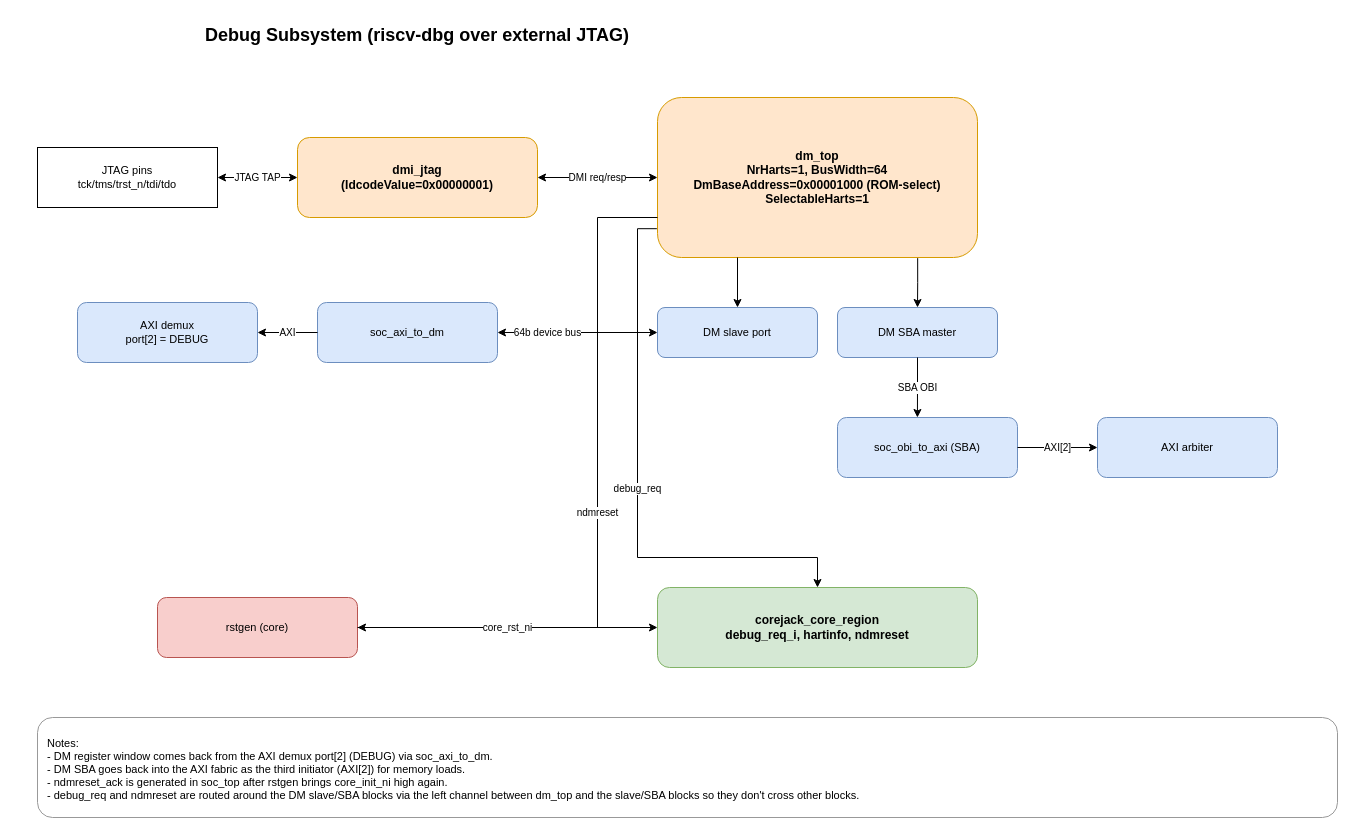
patrickerich/corejack keeps this draw.io diagram as page "Debug Subsystem" (5 of 8) of docs/media/corejack_soc.drawio. Above is the earlier version. Source tidied: cells renumbered, new cells numbered last; positions are measured from the earlier drawing's top-left corner, leaving out a move shared by most shapes. Both pictures are drawn from the tidied source at 100%, with x=0, y=0 at pixel (17, 17).
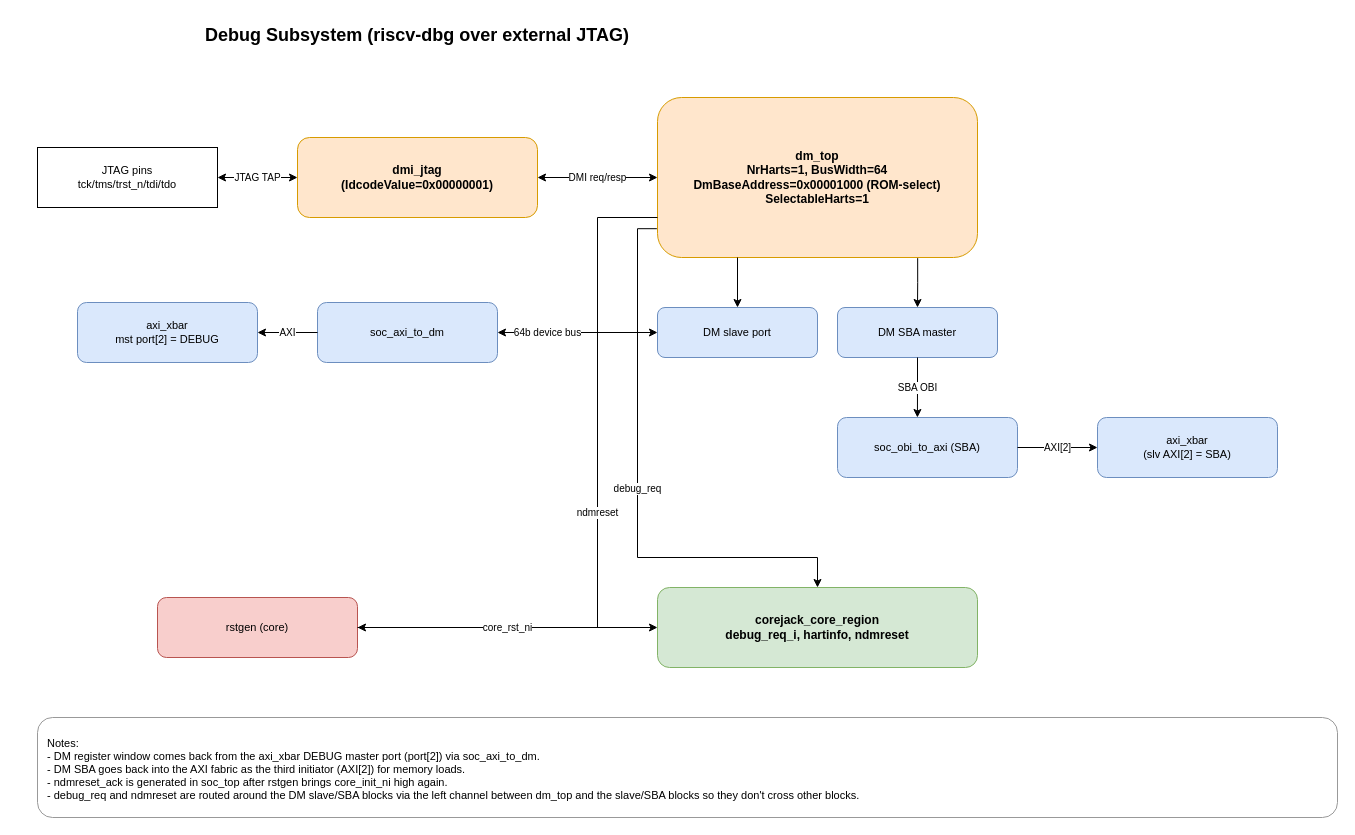
The same page after the edit.

Commit message (it also covers changes not shown here):
Update SoC diagrams for the axi_xbar fabric

Diff of the diagram source:
```diff
@@
-    <mxCell id="9" value="AXI demux&#10;port[2] = DEBUG" style="rounded=1;whiteSpace=wrap;html=1;fillColor=#dae8fc;strokeColor=#6c8ebf;fontSize=11;verticalAlign=middle;" parent="1" vertex="1">
+    <mxCell id="9" value="axi_xbar&#10;mst port[2] = DEBUG" style="rounded=1;whiteSpace=wrap;html=1;fillColor=#dae8fc;strokeColor=#6c8ebf;fontSize=11;verticalAlign=middle;" parent="1" vertex="1">
       <mxGeometry x="60" y="285" width="180" height="60" as="geometry" />
     </mxCell>
@@
-    <mxCell id="11" value="AXI arbiter" style="rounded=1;whiteSpace=wrap;html=1;fillColor=#dae8fc;strokeColor=#6c8ebf;fontSize=11;verticalAlign=middle;" parent="1" vertex="1">
+    <mxCell id="11" value="axi_xbar&#10;(slv AXI[2] = SBA)" style="rounded=1;whiteSpace=wrap;html=1;fillColor=#dae8fc;strokeColor=#6c8ebf;fontSize=11;verticalAlign=middle;" parent="1" vertex="1">
       <mxGeometry x="1080" y="400" width="180" height="60" as="geometry" />
     </mxCell>
@@
-    <mxCell id="25" value="Notes:&#10;- DM register window comes back from the AXI demux port[2] (DEBUG) via soc_axi_to_dm.&#10;- DM SBA goes back into the AXI fabric as the third initiator (AXI[2]) for memory loads.&#10;- ndmreset_ack is generated in soc_top after rstgen brings core_init_ni high again.&#10;- debug_req and ndmreset are routed around the DM slave/SBA blocks via the left channel between dm_top and the slave/SBA blocks so they don't cross other blocks." style="rounded=1;whiteSpace=wrap;html=1;fillColor=#FFFFFF;strokeColor=#999999;fontSize=11;align=left;spacingLeft=8;spacingTop=4;" parent="1" vertex="1">
+    <mxCell id="25" value="Notes:&#10;- DM register window comes back from the axi_xbar DEBUG master port (port[2]) via soc_axi_to_dm.&#10;- DM SBA goes back into the AXI fabric as the third initiator (AXI[2]) for memory loads.&#10;- ndmreset_ack is generated in soc_top after rstgen brings core_init_ni high again.&#10;- debug_req and ndmreset are routed around the DM slave/SBA blocks via the left channel between dm_top and the slave/SBA blocks so they don't cross other blocks." style="rounded=1;whiteSpace=wrap;html=1;fillColor=#FFFFFF;strokeColor=#999999;fontSize=11;align=left;spacingLeft=8;spacingTop=4;" parent="1" vertex="1">
       <mxGeometry x="20" y="700" width="1300" height="100" as="geometry" />
     </mxCell>
```
